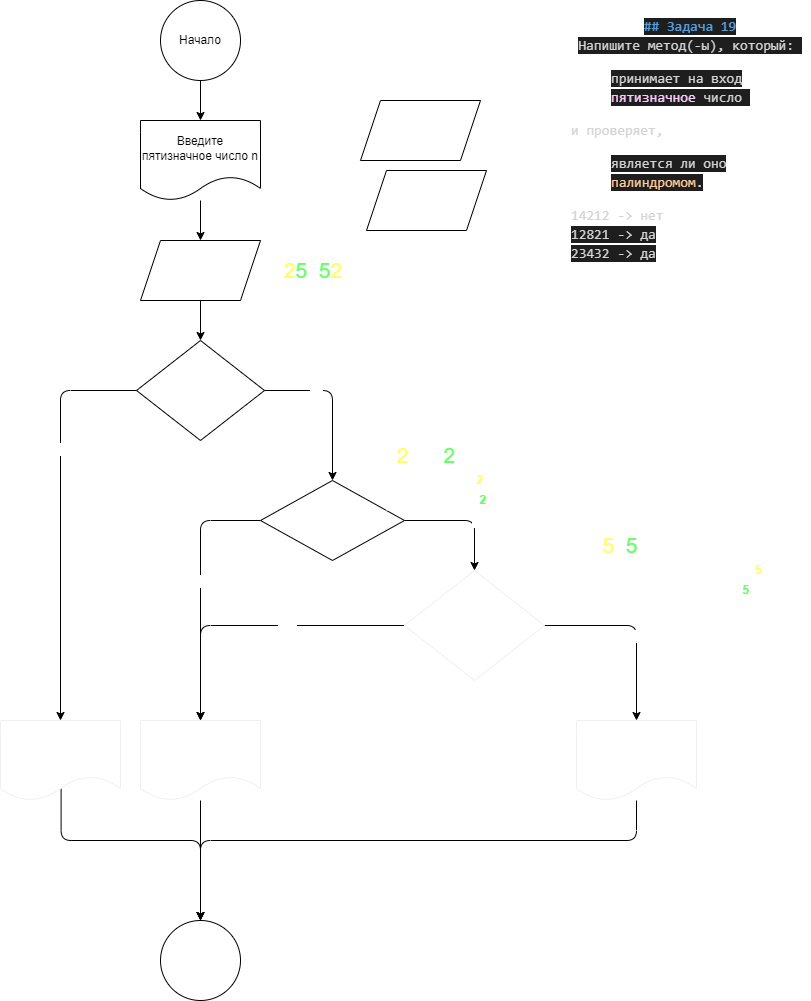
Above: Homework/Homewotk_03/Ex019/diagramma.drawio.png in dvmax1984/Csharp25022023 (draw.io), before the change. Source tidied: cells renumbered, new cells last; positions are measured from the earlier drawing's top-left corner, leaving out a move shared by most shapes.
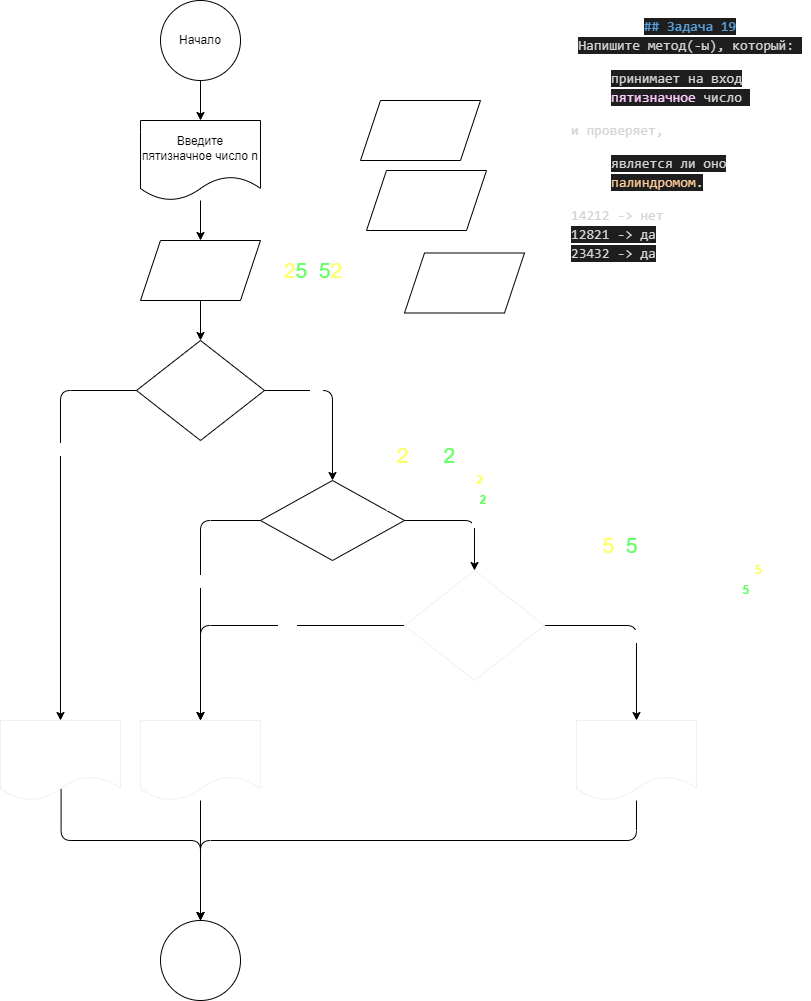
The same file after the commit.

Commit message:
Обновил диграмму в задаче HW03Ex019

The edit, as a diff of the source:
```diff
@@ -130,5 +130,8 @@
     <mxCell id="39" value="987" style="shape=parallelogram;perimeter=parallelogramPerimeter;whiteSpace=wrap;html=1;fixedSize=1;fontColor=#FFFFFF;fillColor=none;" parent="1" vertex="1">
       <mxGeometry x="366" y="170" width="120" height="60" as="geometry" />
     </mxCell>
+    <mxCell id="40" value="987" style="shape=parallelogram;perimeter=parallelogramPerimeter;whiteSpace=wrap;html=1;fixedSize=1;fontColor=#FFFFFF;fillColor=none;" parent="1" vertex="1">
+      <mxGeometry x="404" y="252.5" width="120" height="60" as="geometry" />
+    </mxCell>
   </root>
 </mxGraphModel>
```
